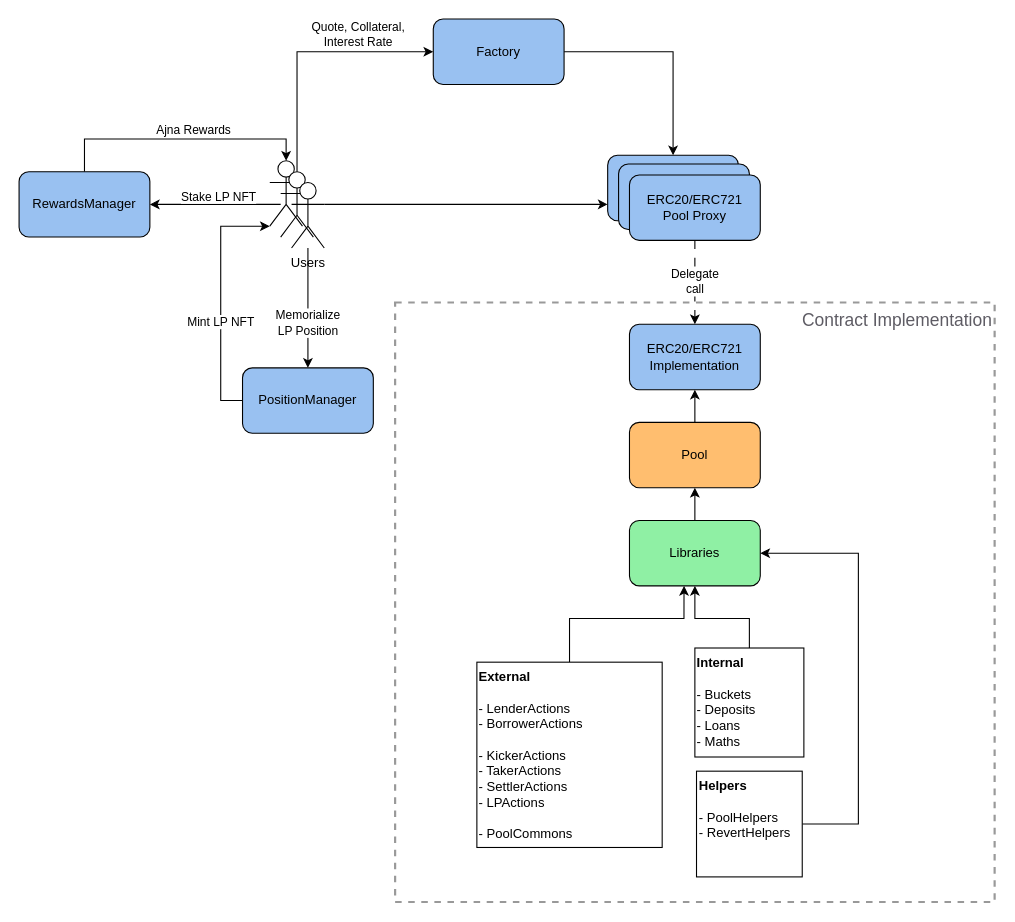
ajna-finance/ajna-core keeps this draw.io diagram as docs/drawio/ajnaContractsArchitecture.drawio. Above is the earlier version. Source tidied: cells renumbered, new cells numbered last; positions are measured from the earlier drawing's top-left corner, leaving out a move shared by most shapes. Both pictures are drawn from the tidied source at 109%, with x=0, y=0 at pixel (19, 19).
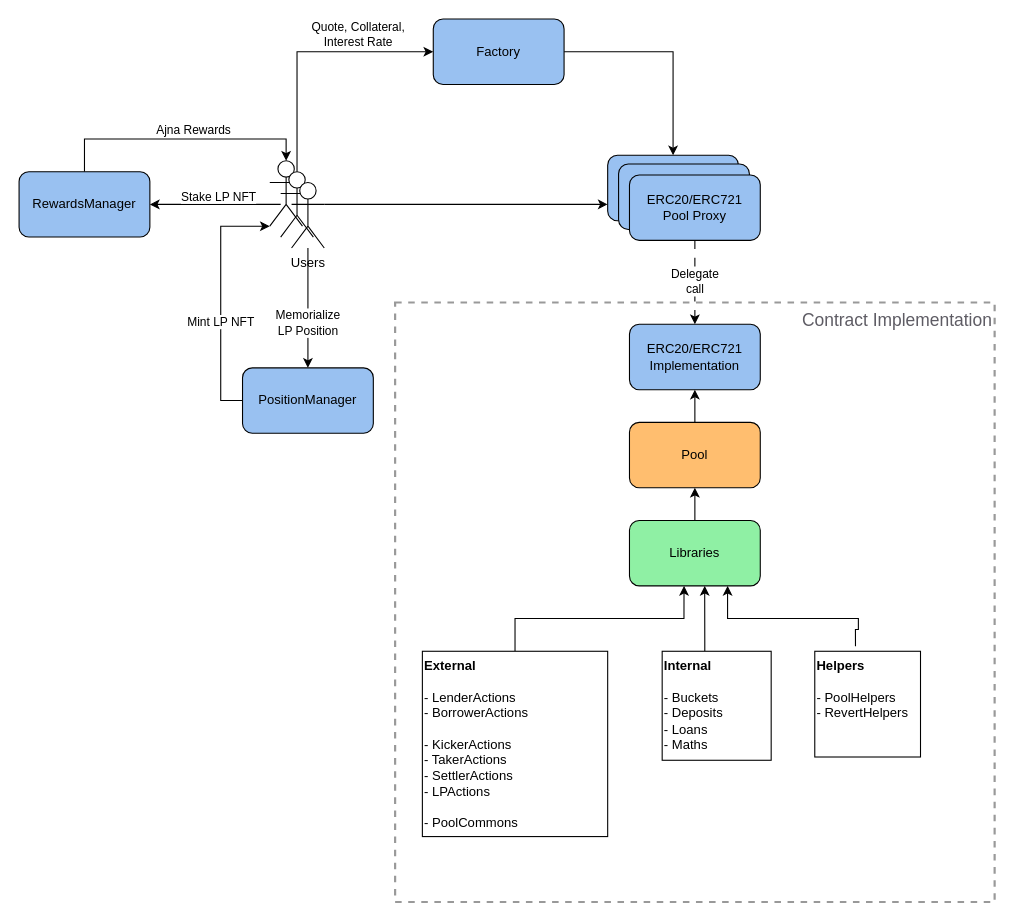
Above is the later version.

Unchanged cells that the change refers to:
```xml
<mxCell id="28" value="Libraries" style="rounded=1;whiteSpace=wrap;html=1;fillColor=#8ff0a4;" parent="1" vertex="1">
  <mxGeometry x="560" y="460" width="120" height="60" as="geometry" />
</mxCell>
```

Diff of the diagram source:
```diff
@@
+    <mxCell id="36" value="&lt;div style=&quot;font-size: 16px;&quot;&gt;&lt;font color=&quot;#5e5c64&quot;&gt;Contract Implementation&lt;br&gt;&lt;/font&gt;&lt;/div&gt;" style="whiteSpace=wrap;html=1;fillColor=none;dashed=1;strokeWidth=2;strokeColor=#999999;align=right;verticalAlign=top;" parent="1" vertex="1">
+      <mxGeometry x="345" y="260" width="550" height="550" as="geometry" />
+    </mxCell>
@@
-    <mxCell id="30" style="edgeStyle=orthogonalEdgeStyle;rounded=0;jettySize=auto;html=1;entryX=0.417;entryY=1;entryDx=0;entryDy=0;entryPerimeter=0;" parent="1" edge="1" source="31" target="28">
+    <mxCell id="30" style="edgeStyle=orthogonalEdgeStyle;rounded=0;jettySize=auto;html=1;entryX=0.417;entryY=1;entryDx=0;entryDy=0;entryPerimeter=0;exitX=0.5;exitY=0;exitDx=0;exitDy=0;" parent="1" edge="1" source="31" target="28">
       <mxGeometry relative="1" as="geometry">
         <Array as="points">
-          <mxPoint x="505" y="550" />
+          <mxPoint x="455" y="550" />
           <mxPoint x="610" y="550" />
         </Array>
       </mxGeometry>
     </mxCell>
     <mxCell id="31" value="&lt;div align=&quot;left&quot;&gt;&lt;b&gt;External&lt;/b&gt;&lt;/div&gt;&lt;div align=&quot;left&quot;&gt;&lt;b&gt;&lt;br&gt;&lt;/b&gt;&lt;/div&gt;&lt;div align=&quot;left&quot;&gt;- LenderActions&lt;/div&gt;&lt;div align=&quot;left&quot;&gt;- BorrowerActions&lt;/div&gt;&lt;div align=&quot;left&quot;&gt;&lt;br&gt;&lt;/div&gt;&lt;div align=&quot;left&quot;&gt;- KickerActions&lt;/div&gt;&lt;div align=&quot;left&quot;&gt;- TakerActions&lt;/div&gt;&lt;div align=&quot;left&quot;&gt;- SettlerActions&lt;/div&gt;&lt;div align=&quot;left&quot;&gt;- LPActions&lt;/div&gt;&lt;div align=&quot;left&quot;&gt;&lt;br&gt;&lt;/div&gt;&lt;div align=&quot;left&quot;&gt;- PoolCommons&lt;/div&gt;" style="whiteSpace=wrap;html=1;align=left;verticalAlign=top;" parent="1" vertex="1">
-      <mxGeometry x="420" y="590" width="170" height="170" as="geometry" />
+      <mxGeometry x="370" y="580" width="170" height="170" as="geometry" />
     </mxCell>
-    <mxCell id="32" style="edgeStyle=orthogonalEdgeStyle;rounded=0;jettySize=auto;html=1;entryX=0.5;entryY=1;entryDx=0;entryDy=0;" parent="1" edge="1" source="33" target="28">
+    <mxCell id="32" style="edgeStyle=orthogonalEdgeStyle;rounded=0;orthogonalLoop=1;jettySize=auto;html=1;entryX=0.5;entryY=1;entryDx=0;entryDy=0;" parent="1" edge="1">
       <mxGeometry relative="1" as="geometry">
+        <mxPoint x="629.1" y="580" as="sourcePoint" />
+        <mxPoint x="629" y="520" as="targetPoint" />
         <Array as="points">
-          <mxPoint x="670" y="550" />
-          <mxPoint x="620" y="550" />
+          <mxPoint x="629" y="570" />
+          <mxPoint x="629" y="570" />
         </Array>
       </mxGeometry>
     </mxCell>
     <mxCell id="33" value="&lt;div align=&quot;left&quot;&gt;&lt;b&gt;Internal&lt;/b&gt;&lt;/div&gt;&lt;div align=&quot;left&quot;&gt;&lt;b&gt;&lt;br&gt;&lt;/b&gt;&lt;/div&gt;&lt;div align=&quot;left&quot;&gt;- Buckets&lt;/div&gt;&lt;div align=&quot;left&quot;&gt;- Deposits&lt;/div&gt;&lt;div align=&quot;left&quot;&gt;- Loans&lt;/div&gt;&lt;div align=&quot;left&quot;&gt;- Maths&lt;br&gt;&lt;/div&gt;" style="whiteSpace=wrap;html=1;align=left;verticalAlign=top;" parent="1" vertex="1">
-      <mxGeometry x="620" y="577" width="100" height="100" as="geometry" />
+      <mxGeometry x="590" y="580" width="100" height="100" as="geometry" />
     </mxCell>
-    <mxCell id="34" style="edgeStyle=orthogonalEdgeStyle;rounded=0;jettySize=auto;html=1;entryX=1;entryY=0.5;entryDx=0;entryDy=0;" parent="1" edge="1" source="35" target="28">
+    <mxCell id="34" style="edgeStyle=orthogonalEdgeStyle;rounded=0;jettySize=auto;html=1;entryX=0.75;entryY=1;entryDx=0;entryDy=0;exitX=0.385;exitY=-0.047;exitDx=0;exitDy=0;exitPerimeter=0;" parent="1" edge="1" source="35" target="28">
       <mxGeometry relative="1" as="geometry">
         <Array as="points">
-          <mxPoint x="770" y="739" />
-          <mxPoint x="770" y="490" />
+          <mxPoint x="767" y="560" />
+          <mxPoint x="770" y="560" />
+          <mxPoint x="770" y="550" />
+          <mxPoint x="650" y="550" />
         </Array>
       </mxGeometry>
     </mxCell>
     <mxCell id="35" value="&lt;div align=&quot;left&quot;&gt;&lt;b&gt;Helpers&lt;/b&gt;&lt;/div&gt;&lt;div align=&quot;left&quot;&gt;&lt;b&gt;&lt;br&gt;&lt;/b&gt;&lt;/div&gt;&lt;div align=&quot;left&quot;&gt;- PoolHelpers&lt;/div&gt;&lt;div align=&quot;left&quot;&gt;- RevertHelpers&lt;/div&gt;" style="whiteSpace=wrap;html=1;align=left;verticalAlign=top;" parent="1" vertex="1">
-      <mxGeometry x="621.5" y="690" width="97" height="97" as="geometry" />
+      <mxGeometry x="730" y="580" width="97" height="97" as="geometry" />
     </mxCell>
-    <mxCell id="36" value="&lt;div style=&quot;font-size: 16px;&quot;&gt;&lt;font color=&quot;#5e5c64&quot;&gt;Contract Implementation&lt;br&gt;&lt;/font&gt;&lt;/div&gt;" style="whiteSpace=wrap;html=1;fillColor=none;dashed=1;strokeWidth=2;strokeColor=#999999;align=right;verticalAlign=top;" parent="1" vertex="1">
-      <mxGeometry x="345" y="260" width="550" height="550" as="geometry" />
-    </mxCell>
```
